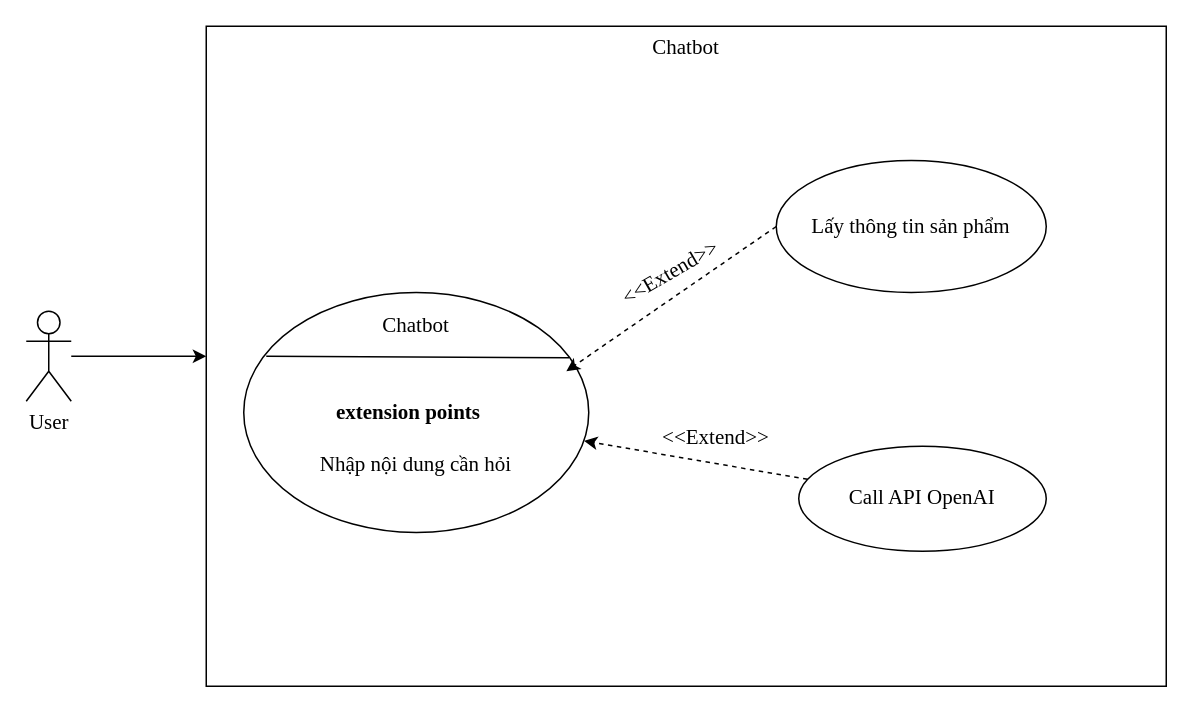
Above: page "chatbot" (4 of 13) of usecase.drawio in minhan1410/Commerce (draw.io), before the change. Source tidied: cells renumbered, new cells numbered last; positions are measured from the earlier drawing's top-left corner, leaving out a move shared by most shapes. Both pictures are drawn from the tidied source at 150%, with x=0, y=0 at pixel (26, 26).
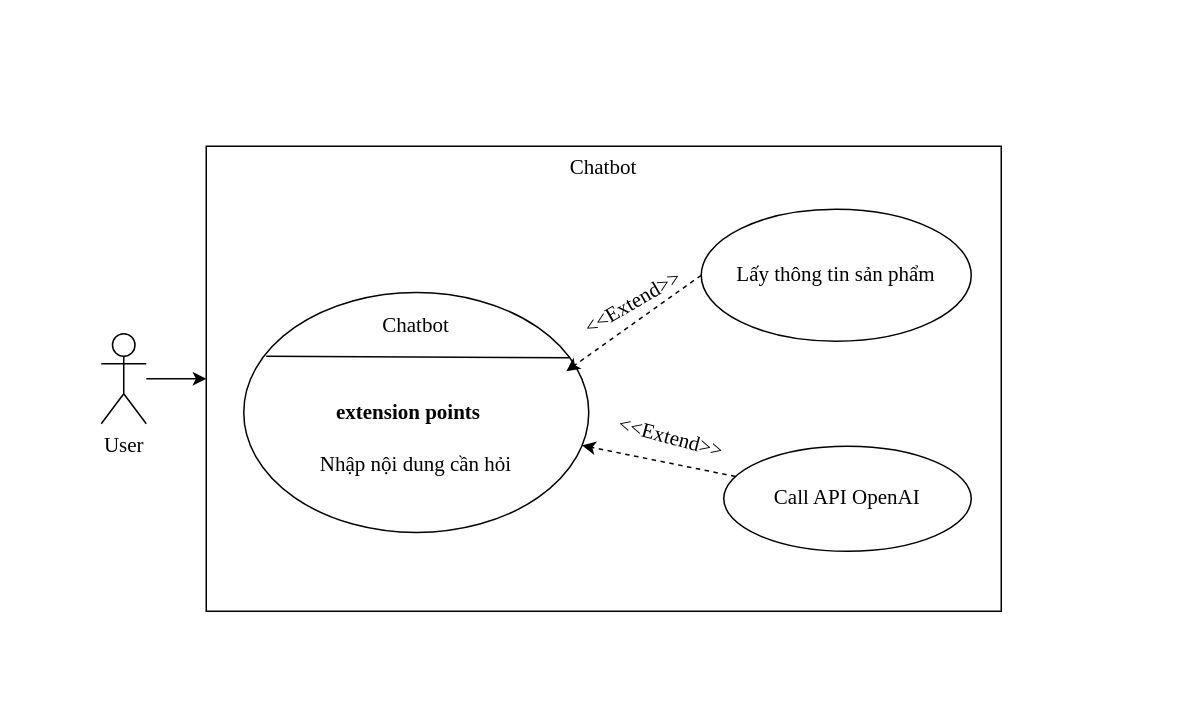
Above is the later version.

Diff of the diagram source:
```diff
@@
 <mxGraphModel>
   <root>
     <mxCell id="0" />
     <mxCell id="1" parent="0" />
     <mxCell id="2" style="edgeStyle=none;html=1;entryX=0;entryY=0.5;entryDx=0;entryDy=0;fontFamily=Times New Roman;fontSize=14;" parent="1" edge="1" source="3" target="4">
       <mxGeometry relative="1" as="geometry" />
     </mxCell>
     <mxCell id="3" value="User" style="shape=umlActor;verticalLabelPosition=bottom;verticalAlign=top;html=1;outlineConnect=0;fontFamily=Times New Roman;fontSize=14;" parent="1" vertex="1">
-      <mxGeometry y="190" width="30" height="60" as="geometry" />
+      <mxGeometry x="50" y="205" width="30" height="60" as="geometry" />
     </mxCell>
     <mxCell id="4" value="Chatbot" style="whiteSpace=wrap;html=1;verticalAlign=top;fontFamily=Times New Roman;fontSize=14;" parent="1" vertex="1">
-      <mxGeometry x="120" width="640" height="440" as="geometry" />
+      <mxGeometry x="120" y="80" width="530" height="310" as="geometry" />
     </mxCell>
     <mxCell id="5" style="ellipse;whiteSpace=wrap;html=1;rounded=0;fontFamily=Times New Roman;fontSize=14;fontColor=default;fillColor=none;gradientColor=none;" parent="1" vertex="1">
       <mxGeometry x="145" y="177.5" width="230" height="160" as="geometry" />
     </mxCell>
     <mxCell id="6" value="Chatbot" style="text;html=1;strokeColor=none;fillColor=none;align=center;verticalAlign=middle;whiteSpace=wrap;rounded=0;fontFamily=Times New Roman;fontSize=14;fontColor=default;" parent="1" vertex="1">
       <mxGeometry x="185" y="190" width="150" height="20" as="geometry" />
     </mxCell>
     <mxCell id="7" style="edgeStyle=none;html=1;exitX=0;exitY=0.5;exitDx=0;exitDy=0;entryX=0.935;entryY=0.328;entryDx=0;entryDy=0;entryPerimeter=0;fontFamily=Times New Roman;fontSize=14;dashed=1;" parent="1" edge="1" source="8" target="5">
       <mxGeometry relative="1" as="geometry" />
     </mxCell>
     <mxCell id="8" value="Lấy thông tin sản phẩm" style="ellipse;whiteSpace=wrap;html=1;fontFamily=Times New Roman;fontSize=14;rotation=0;" parent="1" vertex="1">
-      <mxGeometry x="500" y="89.5" width="180" height="88" as="geometry" />
+      <mxGeometry x="450" y="122" width="180" height="88" as="geometry" />
     </mxCell>
     <mxCell id="9" value="&lt;b style=&quot;font-size: 14px;&quot;&gt;extension points&lt;/b&gt;" style="text;html=1;strokeColor=none;fillColor=none;align=center;verticalAlign=middle;whiteSpace=wrap;rounded=0;fontFamily=Times New Roman;fontSize=14;" parent="1" vertex="1">
       <mxGeometry x="175" y="250" width="160" height="15" as="geometry" />
     </mxCell>
     <mxCell id="10" value="Nhập nội dung cần hỏi" style="text;html=1;strokeColor=none;fillColor=none;align=center;verticalAlign=middle;whiteSpace=wrap;rounded=0;fontFamily=Times New Roman;fontSize=14;" parent="1" vertex="1">
       <mxGeometry x="195" y="265" width="130" height="55" as="geometry" />
     </mxCell>
     <mxCell id="11" value="&amp;lt;&amp;lt;Extend&amp;gt;&amp;gt;" style="text;html=1;strokeColor=none;fillColor=none;align=center;verticalAlign=middle;whiteSpace=wrap;rounded=0;rotation=-30;fontFamily=Times New Roman;fontSize=14;" parent="1" vertex="1">
-      <mxGeometry x="400" y="150" width="60" height="30" as="geometry" />
+      <mxGeometry x="375" y="170" width="60" height="30" as="geometry" />
     </mxCell>
     <mxCell id="12" style="endArrow=none;html=1;entryX=0.943;entryY=0.272;entryDx=0;entryDy=0;entryPerimeter=0;fontFamily=Times New Roman;fontSize=14;" parent="1" edge="1" target="5">
       <mxGeometry relative="1" as="geometry">
         <mxPoint x="160" y="220" as="sourcePoint" />
       </mxGeometry>
     </mxCell>
-    <mxCell id="13" value="&amp;lt;&amp;lt;Extend&amp;gt;&amp;gt;" style="text;html=1;strokeColor=none;fillColor=none;align=center;verticalAlign=middle;whiteSpace=wrap;rounded=0;rotation=0;fontFamily=Times New Roman;fontSize=14;" parent="1" vertex="1">
-      <mxGeometry x="430" y="260" width="60" height="30" as="geometry" />
+    <mxCell id="13" value="&amp;lt;&amp;lt;Extend&amp;gt;&amp;gt;" style="text;html=1;strokeColor=none;fillColor=none;align=center;verticalAlign=middle;whiteSpace=wrap;rounded=0;rotation=15;fontFamily=Times New Roman;fontSize=14;" parent="1" vertex="1">
+      <mxGeometry x="400" y="260" width="60" height="30" as="geometry" />
     </mxCell>
     <mxCell id="14" style="edgeStyle=none;html=1;fontFamily=Times New Roman;fontSize=14;dashed=1;" parent="1" edge="1" source="15" target="5">
       <mxGeometry relative="1" as="geometry" />
     </mxCell>
     <mxCell id="15" value="Call API OpenAI" style="ellipse;whiteSpace=wrap;html=1;fontFamily=Times New Roman;fontSize=14;" parent="1" vertex="1">
-      <mxGeometry x="515" y="280" width="165" height="70" as="geometry" />
+      <mxGeometry x="465" y="280" width="165" height="70" as="geometry" />
     </mxCell>
   </root>
 </mxGraphModel>
```
